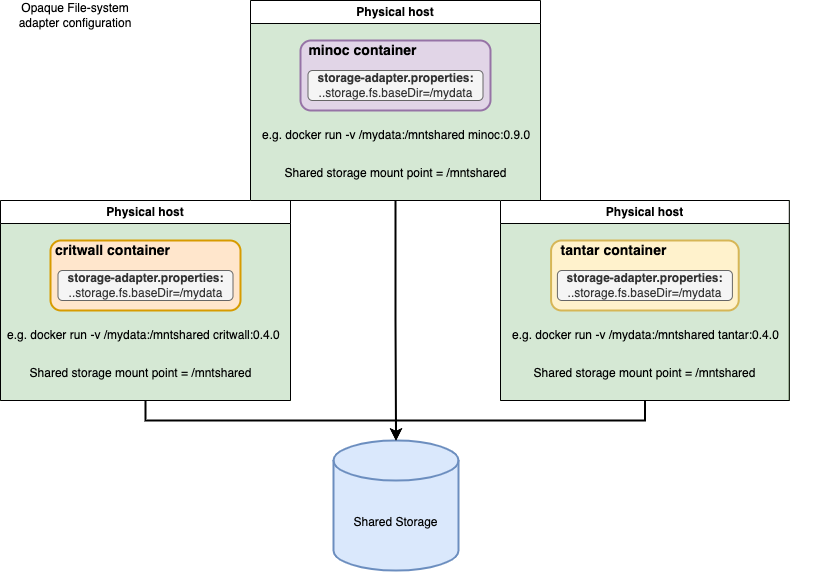
The draw.io diagram storage-inventory/ops/StorageAdapter.drawio.png in opencadc/opencadc.github.io, before a commit. Source tidied: cells renumbered, new cells last; positions are measured from the earlier drawing's top-left corner, leaving out a move shared by most shapes.
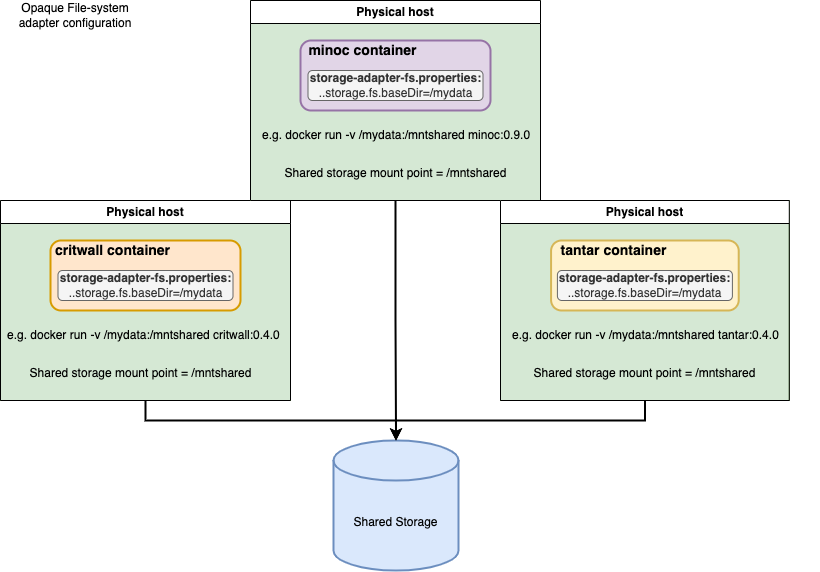
Later version of the same file.

Commit message:
- minor improvement to StorageAdapter diagram (2)...

Diff of the diagram source:
```diff
@@ -23,7 +23,7 @@
     <mxCell id="8" value="&lt;b&gt;&lt;font style=&quot;font-size: 14px;&quot;&gt;critwall container&lt;/font&gt;&lt;/b&gt;" style="text;html=1;strokeColor=none;fillColor=none;align=center;verticalAlign=middle;whiteSpace=wrap;rounded=0;" parent="4" vertex="1">
       <mxGeometry x="50" y="40" width="125" height="20" as="geometry" />
     </mxCell>
-    <mxCell id="9" value="&lt;b&gt;storage-adapter.properties:&lt;br&gt;&lt;/b&gt;..storage.fs.baseDir=/mydata" style="rounded=1;whiteSpace=wrap;html=1;fillColor=#f5f5f5;fontColor=#333333;strokeColor=#666666;" parent="4" vertex="1">
+    <mxCell id="9" value="&lt;b&gt;storage-adapter-fs.properties:&lt;br&gt;&lt;/b&gt;..storage.fs.baseDir=/mydata" style="rounded=1;whiteSpace=wrap;html=1;fillColor=#f5f5f5;fontColor=#333333;strokeColor=#666666;" parent="4" vertex="1">
       <mxGeometry x="57.5" y="70" width="175" height="30" as="geometry" />
     </mxCell>
     <mxCell id="10" style="group;fillColor=#d5e8d4;strokeColor=#82b366;" parent="1" vertex="1">
@@ -44,7 +44,7 @@
     <mxCell id="15" value="&lt;b&gt;&lt;font style=&quot;font-size: 14px;&quot;&gt;minoc container&lt;/font&gt;&lt;/b&gt;" style="text;html=1;strokeColor=none;fillColor=none;align=center;verticalAlign=middle;whiteSpace=wrap;rounded=0;" parent="11" vertex="1">
       <mxGeometry x="50" y="40" width="125" height="20" as="geometry" />
     </mxCell>
-    <mxCell id="16" value="&lt;b&gt;storage-adapter.properties:&lt;br&gt;&lt;/b&gt;..storage.fs.baseDir=/mydata" style="rounded=1;whiteSpace=wrap;html=1;fillColor=#f5f5f5;fontColor=#333333;strokeColor=#666666;" parent="11" vertex="1">
+    <mxCell id="16" value="&lt;b&gt;storage-adapter-fs.properties:&lt;br&gt;&lt;/b&gt;..storage.fs.baseDir=/mydata" style="rounded=1;whiteSpace=wrap;html=1;fillColor=#f5f5f5;fontColor=#333333;strokeColor=#666666;" parent="11" vertex="1">
       <mxGeometry x="57.5" y="70" width="175" height="30" as="geometry" />
     </mxCell>
     <mxCell id="17" style="group;fillColor=#d5e8d4;strokeColor=#82b366;" parent="1" vertex="1">
@@ -65,7 +65,7 @@
     <mxCell id="22" value="&lt;b&gt;&lt;font style=&quot;font-size: 14px;&quot;&gt;tantar container&lt;/font&gt;&lt;/b&gt;" style="text;html=1;strokeColor=none;fillColor=none;align=center;verticalAlign=middle;whiteSpace=wrap;rounded=0;" parent="18" vertex="1">
       <mxGeometry x="50.6" y="40" width="125" height="20" as="geometry" />
     </mxCell>
-    <mxCell id="23" value="&lt;b&gt;storage-adapter.properties:&lt;br&gt;&lt;/b&gt;..storage.fs.baseDir=/mydata" style="rounded=1;whiteSpace=wrap;html=1;fillColor=#f5f5f5;fontColor=#333333;strokeColor=#666666;" parent="18" vertex="1">
+    <mxCell id="23" value="&lt;b&gt;storage-adapter-fs.properties:&lt;br&gt;&lt;/b&gt;..storage.fs.baseDir=/mydata" style="rounded=1;whiteSpace=wrap;html=1;fillColor=#f5f5f5;fontColor=#333333;strokeColor=#666666;" parent="18" vertex="1">
       <mxGeometry x="56.9" y="70" width="175" height="30" as="geometry" />
     </mxCell>
     <mxCell id="24" style="edgeStyle=orthogonalEdgeStyle;rounded=0;jettySize=auto;html=1;exitX=0.5;exitY=1;exitDx=0;exitDy=0;entryX=0.5;entryY=0;entryDx=0;entryDy=0;entryPerimeter=0;strokeWidth=2;" parent="1" edge="1" source="4" target="2">
```
